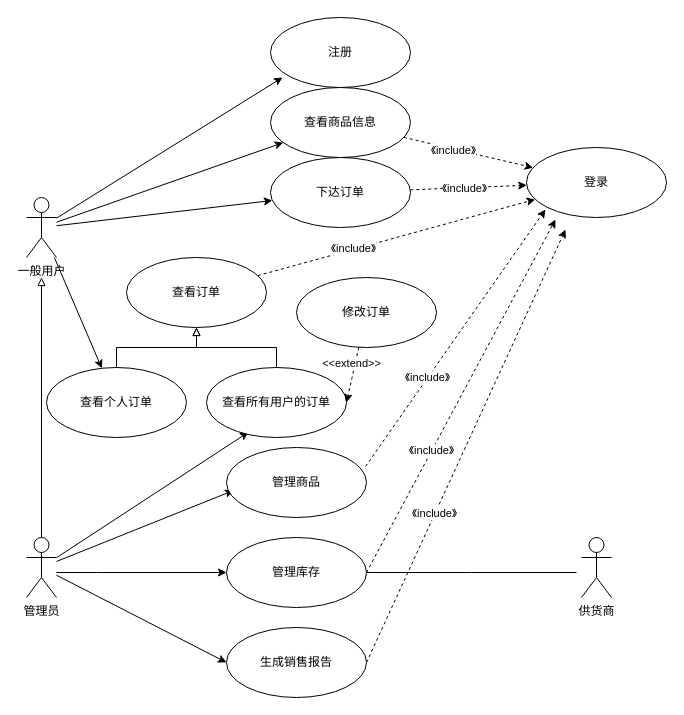
slothfulviewer/slothfulviewer keeps this draw.io diagram as 新教超用例图.drawio. Above is the earlier version. Source tidied: cells renumbered, new cells numbered last; positions are measured from the earlier drawing's top-left corner, leaving out a move shared by most shapes. Both pictures are drawn from the tidied source at 100%, with x=0, y=0 at pixel (26, 17).
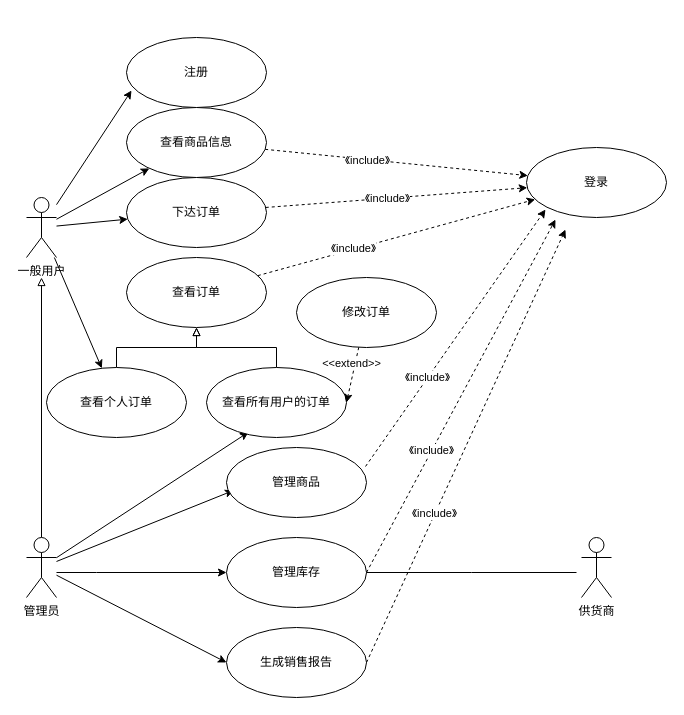
The same page after the edit.

Commit message (it also covers changes not shown here):
Update 新教超用例图.drawio

Unchanged cells that the change refers to:
```xml
<mxCell id="6" value="一般用户" style="shape=umlActor;verticalLabelPosition=bottom;verticalAlign=top;html=1;" parent="1" vertex="1">
  <mxGeometry y="180" width="30" height="60" as="geometry" />
</mxCell>
```

What changed in the source:
```diff
@@
-    <mxCell id="5" style="rounded=0;jettySize=auto;html=1;entryX=0.086;entryY=0.857;entryDx=0;entryDy=0;entryPerimeter=0;" parent="1" edge="1" source="6" target="30">
+    <mxCell id="5" style="rounded=0;jettySize=auto;html=1;entryX=0.036;entryY=0.757;entryDx=0;entryDy=0;entryPerimeter=0;" parent="1" edge="1" source="6" target="30">
       <mxGeometry relative="1" as="geometry" />
     </mxCell>
@@
-    <mxCell id="15" value="查看商品信息" style="ellipse;whiteSpace=wrap;html=1;" parent="1" vertex="1">
-      <mxGeometry x="244" y="70" width="140" height="70" as="geometry" />
-    </mxCell>
@@
     <mxCell id="21" value="下达订单" style="ellipse;whiteSpace=wrap;html=1;" parent="1" vertex="1">
-      <mxGeometry x="244" y="140" width="140" height="70" as="geometry" />
+      <mxGeometry x="100" y="160" width="140" height="70" as="geometry" />
     </mxCell>
@@
     <mxCell id="30" value="注册" style="ellipse;whiteSpace=wrap;html=1;" parent="1" vertex="1">
-      <mxGeometry x="244" width="140" height="70" as="geometry" />
+      <mxGeometry x="100" y="20" width="140" height="70" as="geometry" />
     </mxCell>
@@
+    <mxCell id="15" value="查看商品信息" style="ellipse;whiteSpace=wrap;html=1;" parent="1" vertex="1">
+      <mxGeometry x="100" y="90" width="140" height="70" as="geometry" />
+    </mxCell>
```
